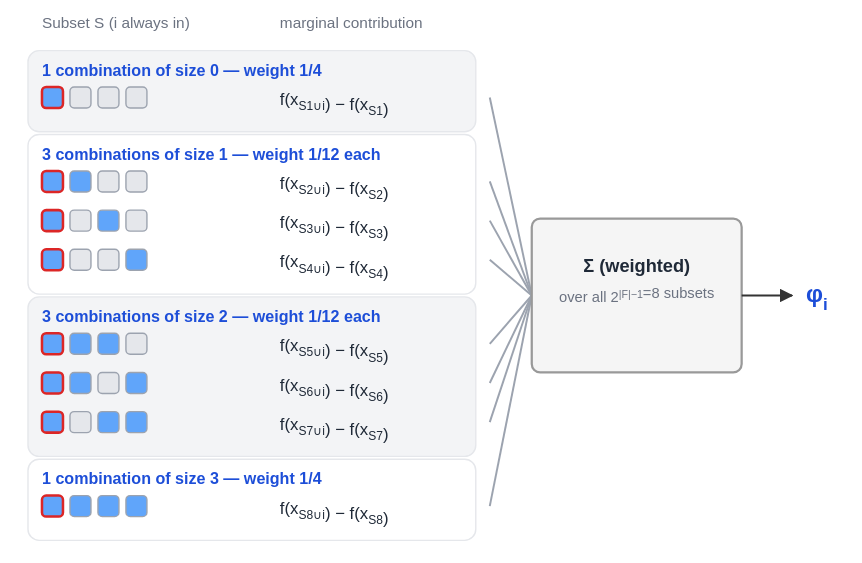
DMLF1/blog keeps this draw.io diagram as posts/explaining-black-box-predictions/diagrams/shapley_sampling.drawio.svg. Above is the earlier version. Source tidied: cells renumbered, new cells last; positions are measured from the earlier drawing's top-left corner, leaving out a move shared by most shapes.
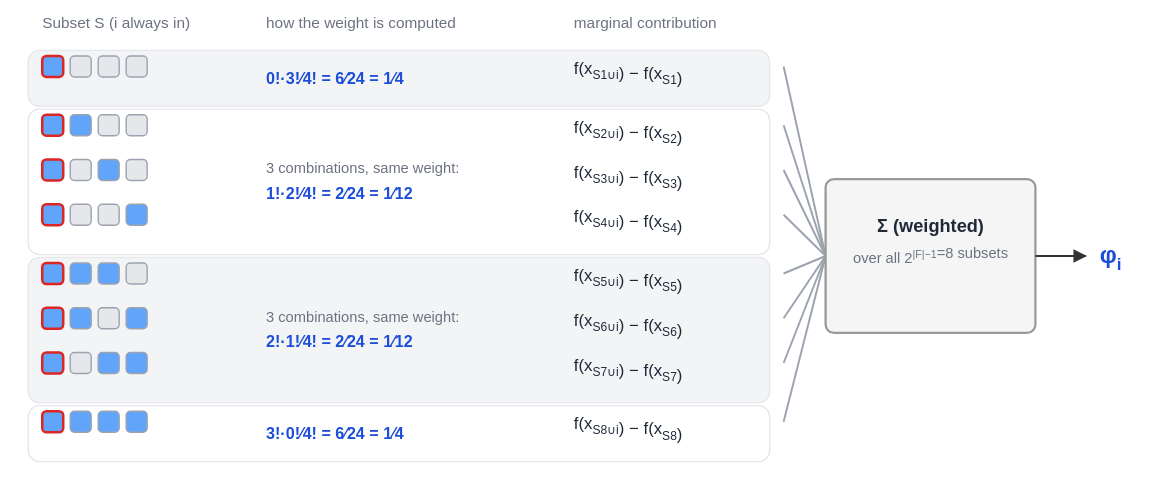
The same file after the commit.

Commit message:
Restore the sampling diagram's weight column, now showing the actual computation

Diff of the diagram source:
```diff
@@ -5,218 +5,227 @@
     <mxCell id="2" value="Subset S (i always in)" style="text;html=1;align=left;verticalAlign=middle;fontSize=11;fontColor=#6B7280;" parent="1" vertex="1">
       <mxGeometry x="10" width="260" height="16" as="geometry" />
     </mxCell>
-    <mxCell id="3" value="marginal contribution" style="text;html=1;align=left;verticalAlign=middle;fontSize=11;fontColor=#6B7280;" parent="1" vertex="1">
-      <mxGeometry x="180" width="260" height="16" as="geometry" />
+    <mxCell id="3" value="how the weight is computed" style="text;html=1;align=left;verticalAlign=middle;fontSize=11;fontColor=#6B7280;" parent="1" vertex="1">
+      <mxGeometry x="170" width="260" height="16" as="geometry" />
     </mxCell>
+    <mxCell id="65" value="marginal contribution" style="text;html=1;align=left;verticalAlign=middle;fontSize=11;fontColor=#6B7280;" parent="1" vertex="1">
+      <mxGeometry x="390" width="260" height="16" as="geometry" />
+    </mxCell>
     <mxCell id="4" style="rounded=1;whiteSpace=wrap;html=1;fillColor=#F3F4F6;strokeColor=#E5E7EB;" parent="1" vertex="1">
-      <mxGeometry y="32" width="320" height="58" as="geometry" />
+      <mxGeometry y="32" width="530" height="40" as="geometry" />
     </mxCell>
-    <mxCell id="5" value="1 combination of size 0 — weight 1/4" style="text;html=1;align=left;verticalAlign=middle;fontSize=11.5;fontColor=#1D4ED8;" parent="1" vertex="1">
-      <mxGeometry x="10" y="34" width="250" height="16" as="geometry" />
-    </mxCell>
+    <mxCell id="66" value="0!·3!⁄4! = 6⁄24 = 1⁄4" style="text;html=1;align=left;verticalAlign=middle;fontSize=11.5;fontColor=#1D4ED8;" parent="1" vertex="1">
+      <mxGeometry x="170" y="40" width="200" height="16" as="geometry" />
+    </mxCell>
     <mxCell id="6" style="rounded=1;whiteSpace=wrap;html=1;fillColor=#60A5FA;strokeColor=#DC2626;" parent="1" vertex="1">
-      <mxGeometry x="10" y="58" width="15" height="15" as="geometry" />
+      <mxGeometry x="10" y="36" width="15" height="15" as="geometry" />
     </mxCell>
     <mxCell id="7" style="rounded=1;whiteSpace=wrap;html=1;fillColor=#E5E7EB;strokeColor=#9CA3AF;" parent="1" vertex="1">
-      <mxGeometry x="30" y="58" width="15" height="15" as="geometry" />
+      <mxGeometry x="30" y="36" width="15" height="15" as="geometry" />
     </mxCell>
     <mxCell id="8" style="rounded=1;whiteSpace=wrap;html=1;fillColor=#E5E7EB;strokeColor=#9CA3AF;" parent="1" vertex="1">
-      <mxGeometry x="50" y="58" width="15" height="15" as="geometry" />
+      <mxGeometry x="50" y="36" width="15" height="15" as="geometry" />
     </mxCell>
     <mxCell id="9" style="rounded=1;whiteSpace=wrap;html=1;fillColor=#E5E7EB;strokeColor=#9CA3AF;" parent="1" vertex="1">
-      <mxGeometry x="70" y="58" width="15" height="15" as="geometry" />
+      <mxGeometry x="70" y="36" width="15" height="15" as="geometry" />
     </mxCell>
     <mxCell id="10" value="f(xS1∪i) − f(xS1)" style="text;html=1;align=left;verticalAlign=middle;fontSize=12;fontColor=#1F2937;" parent="1" vertex="1">
-      <mxGeometry x="180" y="55" width="320" height="16" as="geometry" />
+      <mxGeometry x="390" y="33" width="320" height="16" as="geometry" />
     </mxCell>
     <mxCell id="11" style="edgeStyle=none;html=1;strokeColor=#9CA3AF;strokeWidth=1.4;endArrow=none;" parent="1" edge="1">
       <mxGeometry relative="1" as="geometry">
-        <mxPoint x="330" y="65.5" as="sourcePoint" />
-        <mxPoint x="360" y="207" as="targetPoint" />
+        <mxPoint x="540" y="43.5" as="sourcePoint" />
+        <mxPoint x="570" y="179" as="targetPoint" />
       </mxGeometry>
     </mxCell>
     <mxCell id="12" style="rounded=1;whiteSpace=wrap;html=1;fillColor=#FFFFFF;strokeColor=#E5E7EB;" parent="1" vertex="1">
-      <mxGeometry y="92" width="320" height="114" as="geometry" />
+      <mxGeometry y="74" width="530" height="104" as="geometry" />
     </mxCell>
-    <mxCell id="13" value="3 combinations of size 1 — weight 1/12 each" style="text;html=1;align=left;verticalAlign=middle;fontSize=11.5;fontColor=#1D4ED8;" parent="1" vertex="1">
-      <mxGeometry x="10" y="94" width="250" height="16" as="geometry" />
-    </mxCell>
+    <mxCell id="67" value="3 combinations, same weight:" style="text;html=1;align=left;verticalAlign=middle;fontSize=10.5;fontColor=#6B7280;" parent="1" vertex="1">
+      <mxGeometry x="170" y="104" width="200" height="16" as="geometry" />
+    </mxCell>
+    <mxCell id="68" value="1!·2!⁄4! = 2⁄24 = 1⁄12" style="text;html=1;align=left;verticalAlign=middle;fontSize=11.5;fontColor=#1D4ED8;" parent="1" vertex="1">
+      <mxGeometry x="170" y="122" width="200" height="16" as="geometry" />
+    </mxCell>
     <mxCell id="14" style="rounded=1;whiteSpace=wrap;html=1;fillColor=#60A5FA;strokeColor=#DC2626;" parent="1" vertex="1">
-      <mxGeometry x="10" y="118" width="15" height="15" as="geometry" />
+      <mxGeometry x="10" y="78" width="15" height="15" as="geometry" />
     </mxCell>
     <mxCell id="15" style="rounded=1;whiteSpace=wrap;html=1;fillColor=#60A5FA;strokeColor=#9CA3AF;" parent="1" vertex="1">
-      <mxGeometry x="30" y="118" width="15" height="15" as="geometry" />
+      <mxGeometry x="30" y="78" width="15" height="15" as="geometry" />
     </mxCell>
     <mxCell id="16" style="rounded=1;whiteSpace=wrap;html=1;fillColor=#E5E7EB;strokeColor=#9CA3AF;" parent="1" vertex="1">
-      <mxGeometry x="50" y="118" width="15" height="15" as="geometry" />
+      <mxGeometry x="50" y="78" width="15" height="15" as="geometry" />
     </mxCell>
     <mxCell id="17" style="rounded=1;whiteSpace=wrap;html=1;fillColor=#E5E7EB;strokeColor=#9CA3AF;" parent="1" vertex="1">
-      <mxGeometry x="70" y="118" width="15" height="15" as="geometry" />
+      <mxGeometry x="70" y="78" width="15" height="15" as="geometry" />
     </mxCell>
     <mxCell id="18" value="f(xS2∪i) − f(xS2)" style="text;html=1;align=left;verticalAlign=middle;fontSize=12;fontColor=#1F2937;" parent="1" vertex="1">
-      <mxGeometry x="180" y="115" width="320" height="16" as="geometry" />
+      <mxGeometry x="390" y="75" width="320" height="16" as="geometry" />
     </mxCell>
     <mxCell id="19" style="edgeStyle=none;html=1;strokeColor=#9CA3AF;strokeWidth=1.4;endArrow=none;" parent="1" edge="1">
       <mxGeometry relative="1" as="geometry">
-        <mxPoint x="330" y="125.5" as="sourcePoint" />
-        <mxPoint x="360" y="207" as="targetPoint" />
+        <mxPoint x="540" y="85.5" as="sourcePoint" />
+        <mxPoint x="570" y="179" as="targetPoint" />
       </mxGeometry>
     </mxCell>
     <mxCell id="20" style="rounded=1;whiteSpace=wrap;html=1;fillColor=#60A5FA;strokeColor=#DC2626;" parent="1" vertex="1">
-      <mxGeometry x="10" y="146" width="15" height="15" as="geometry" />
+      <mxGeometry x="10" y="110" width="15" height="15" as="geometry" />
     </mxCell>
     <mxCell id="21" style="rounded=1;whiteSpace=wrap;html=1;fillColor=#E5E7EB;strokeColor=#9CA3AF;" parent="1" vertex="1">
-      <mxGeometry x="30" y="146" width="15" height="15" as="geometry" />
+      <mxGeometry x="30" y="110" width="15" height="15" as="geometry" />
     </mxCell>
     <mxCell id="22" style="rounded=1;whiteSpace=wrap;html=1;fillColor=#60A5FA;strokeColor=#9CA3AF;" parent="1" vertex="1">
-      <mxGeometry x="50" y="146" width="15" height="15" as="geometry" />
+      <mxGeometry x="50" y="110" width="15" height="15" as="geometry" />
     </mxCell>
     <mxCell id="23" style="rounded=1;whiteSpace=wrap;html=1;fillColor=#E5E7EB;strokeColor=#9CA3AF;" parent="1" vertex="1">
-      <mxGeometry x="70" y="146" width="15" height="15" as="geometry" />
+      <mxGeometry x="70" y="110" width="15" height="15" as="geometry" />
     </mxCell>
     <mxCell id="24" value="f(xS3∪i) − f(xS3)" style="text;html=1;align=left;verticalAlign=middle;fontSize=12;fontColor=#1F2937;" parent="1" vertex="1">
-      <mxGeometry x="180" y="143" width="320" height="16" as="geometry" />
+      <mxGeometry x="390" y="107" width="320" height="16" as="geometry" />
     </mxCell>
     <mxCell id="25" style="edgeStyle=none;html=1;strokeColor=#9CA3AF;strokeWidth=1.4;endArrow=none;" parent="1" edge="1">
       <mxGeometry relative="1" as="geometry">
-        <mxPoint x="330" y="153.5" as="sourcePoint" />
-        <mxPoint x="360" y="207" as="targetPoint" />
+        <mxPoint x="540" y="117.5" as="sourcePoint" />
+        <mxPoint x="570" y="179" as="targetPoint" />
       </mxGeometry>
     </mxCell>
     <mxCell id="26" style="rounded=1;whiteSpace=wrap;html=1;fillColor=#60A5FA;strokeColor=#DC2626;" parent="1" vertex="1">
-      <mxGeometry x="10" y="174" width="15" height="15" as="geometry" />
+      <mxGeometry x="10" y="142" width="15" height="15" as="geometry" />
     </mxCell>
     <mxCell id="27" style="rounded=1;whiteSpace=wrap;html=1;fillColor=#E5E7EB;strokeColor=#9CA3AF;" parent="1" vertex="1">
-      <mxGeometry x="30" y="174" width="15" height="15" as="geometry" />
+      <mxGeometry x="30" y="142" width="15" height="15" as="geometry" />
     </mxCell>
     <mxCell id="28" style="rounded=1;whiteSpace=wrap;html=1;fillColor=#E5E7EB;strokeColor=#9CA3AF;" parent="1" vertex="1">
-      <mxGeometry x="50" y="174" width="15" height="15" as="geometry" />
+      <mxGeometry x="50" y="142" width="15" height="15" as="geometry" />
     </mxCell>
     <mxCell id="29" style="rounded=1;whiteSpace=wrap;html=1;fillColor=#60A5FA;strokeColor=#9CA3AF;" parent="1" vertex="1">
-      <mxGeometry x="70" y="174" width="15" height="15" as="geometry" />
+      <mxGeometry x="70" y="142" width="15" height="15" as="geometry" />
     </mxCell>
     <mxCell id="30" value="f(xS4∪i) − f(xS4)" style="text;html=1;align=left;verticalAlign=middle;fontSize=12;fontColor=#1F2937;" parent="1" vertex="1">
-      <mxGeometry x="180" y="171" width="320" height="16" as="geometry" />
+      <mxGeometry x="390" y="139" width="320" height="16" as="geometry" />
     </mxCell>
     <mxCell id="31" style="edgeStyle=none;html=1;strokeColor=#9CA3AF;strokeWidth=1.4;endArrow=none;" parent="1" edge="1">
       <mxGeometry relative="1" as="geometry">
-        <mxPoint x="330" y="181.5" as="sourcePoint" />
-        <mxPoint x="360" y="207" as="targetPoint" />
+        <mxPoint x="540" y="149.5" as="sourcePoint" />
+        <mxPoint x="570" y="179" as="targetPoint" />
       </mxGeometry>
     </mxCell>
     <mxCell id="32" style="rounded=1;whiteSpace=wrap;html=1;fillColor=#F3F4F6;strokeColor=#E5E7EB;" parent="1" vertex="1">
-      <mxGeometry y="208" width="320" height="114" as="geometry" />
+      <mxGeometry y="180" width="530" height="104" as="geometry" />
     </mxCell>
-    <mxCell id="33" value="3 combinations of size 2 — weight 1/12 each" style="text;html=1;align=left;verticalAlign=middle;fontSize=11.5;fontColor=#1D4ED8;" parent="1" vertex="1">
-      <mxGeometry x="10" y="210" width="250" height="16" as="geometry" />
-    </mxCell>
+    <mxCell id="69" value="3 combinations, same weight:" style="text;html=1;align=left;verticalAlign=middle;fontSize=10.5;fontColor=#6B7280;" parent="1" vertex="1">
+      <mxGeometry x="170" y="210" width="200" height="16" as="geometry" />
+    </mxCell>
+    <mxCell id="70" value="2!·1!⁄4! = 2⁄24 = 1⁄12" style="text;html=1;align=left;verticalAlign=middle;fontSize=11.5;fontColor=#1D4ED8;" parent="1" vertex="1">
+      <mxGeometry x="170" y="228" width="200" height="16" as="geometry" />
+    </mxCell>
     <mxCell id="34" style="rounded=1;whiteSpace=wrap;html=1;fillColor=#60A5FA;strokeColor=#DC2626;" parent="1" vertex="1">
-      <mxGeometry x="10" y="234" width="15" height="15" as="geometry" />
+      <mxGeometry x="10" y="184" width="15" height="15" as="geometry" />
     </mxCell>
     <mxCell id="35" style="rounded=1;whiteSpace=wrap;html=1;fillColor=#60A5FA;strokeColor=#9CA3AF;" parent="1" vertex="1">
-      <mxGeometry x="30" y="234" width="15" height="15" as="geometry" />
+      <mxGeometry x="30" y="184" width="15" height="15" as="geometry" />
     </mxCell>
     <mxCell id="36" style="rounded=1;whiteSpace=wrap;html=1;fillColor=#60A5FA;strokeColor=#9CA3AF;" parent="1" vertex="1">
-      <mxGeometry x="50" y="234" width="15" height="15" as="geometry" />
+      <mxGeometry x="50" y="184" width="15" height="15" as="geometry" />
     </mxCell>
     <mxCell id="37" style="rounded=1;whiteSpace=wrap;html=1;fillColor=#E5E7EB;strokeColor=#9CA3AF;" parent="1" vertex="1">
-      <mxGeometry x="70" y="234" width="15" height="15" as="geometry" />
+      <mxGeometry x="70" y="184" width="15" height="15" as="geometry" />
     </mxCell>
     <mxCell id="38" value="f(xS5∪i) − f(xS5)" style="text;html=1;align=left;verticalAlign=middle;fontSize=12;fontColor=#1F2937;" parent="1" vertex="1">
-      <mxGeometry x="180" y="231" width="320" height="16" as="geometry" />
+      <mxGeometry x="390" y="181" width="320" height="16" as="geometry" />
     </mxCell>
     <mxCell id="39" style="edgeStyle=none;html=1;strokeColor=#9CA3AF;strokeWidth=1.4;endArrow=none;" parent="1" edge="1">
       <mxGeometry relative="1" as="geometry">
-        <mxPoint x="330" y="241.5" as="sourcePoint" />
-        <mxPoint x="360" y="207" as="targetPoint" />
+        <mxPoint x="540" y="191.5" as="sourcePoint" />
+        <mxPoint x="570" y="179" as="targetPoint" />
       </mxGeometry>
     </mxCell>
     <mxCell id="40" style="rounded=1;whiteSpace=wrap;html=1;fillColor=#60A5FA;strokeColor=#DC2626;" parent="1" vertex="1">
-      <mxGeometry x="10" y="262" width="15" height="15" as="geometry" />
+      <mxGeometry x="10" y="216" width="15" height="15" as="geometry" />
     </mxCell>
     <mxCell id="41" style="rounded=1;whiteSpace=wrap;html=1;fillColor=#60A5FA;strokeColor=#9CA3AF;" parent="1" vertex="1">
-      <mxGeometry x="30" y="262" width="15" height="15" as="geometry" />
+      <mxGeometry x="30" y="216" width="15" height="15" as="geometry" />
     </mxCell>
     <mxCell id="42" style="rounded=1;whiteSpace=wrap;html=1;fillColor=#E5E7EB;strokeColor=#9CA3AF;" parent="1" vertex="1">
-      <mxGeometry x="50" y="262" width="15" height="15" as="geometry" />
+      <mxGeometry x="50" y="216" width="15" height="15" as="geometry" />
     </mxCell>
     <mxCell id="43" style="rounded=1;whiteSpace=wrap;html=1;fillColor=#60A5FA;strokeColor=#9CA3AF;" parent="1" vertex="1">
-      <mxGeometry x="70" y="262" width="15" height="15" as="geometry" />
+      <mxGeometry x="70" y="216" width="15" height="15" as="geometry" />
     </mxCell>
     <mxCell id="44" value="f(xS6∪i) − f(xS6)" style="text;html=1;align=left;verticalAlign=middle;fontSize=12;fontColor=#1F2937;" parent="1" vertex="1">
-      <mxGeometry x="180" y="259" width="320" height="16" as="geometry" />
+      <mxGeometry x="390" y="213" width="320" height="16" as="geometry" />
     </mxCell>
     <mxCell id="45" style="edgeStyle=none;html=1;strokeColor=#9CA3AF;strokeWidth=1.4;endArrow=none;" parent="1" edge="1">
       <mxGeometry relative="1" as="geometry">
-        <mxPoint x="330" y="269.5" as="sourcePoint" />
-        <mxPoint x="360" y="207" as="targetPoint" />
+        <mxPoint x="540" y="223.5" as="sourcePoint" />
+        <mxPoint x="570" y="179" as="targetPoint" />
       </mxGeometry>
     </mxCell>
     <mxCell id="46" style="rounded=1;whiteSpace=wrap;html=1;fillColor=#60A5FA;strokeColor=#DC2626;" parent="1" vertex="1">
-      <mxGeometry x="10" y="290" width="15" height="15" as="geometry" />
+      <mxGeometry x="10" y="248" width="15" height="15" as="geometry" />
     </mxCell>
     <mxCell id="47" style="rounded=1;whiteSpace=wrap;html=1;fillColor=#E5E7EB;strokeColor=#9CA3AF;" parent="1" vertex="1">
-      <mxGeometry x="30" y="290" width="15" height="15" as="geometry" />
+      <mxGeometry x="30" y="248" width="15" height="15" as="geometry" />
     </mxCell>
     <mxCell id="48" style="rounded=1;whiteSpace=wrap;html=1;fillColor=#60A5FA;strokeColor=#9CA3AF;" parent="1" vertex="1">
-      <mxGeometry x="50" y="290" width="15" height="15" as="geometry" />
+      <mxGeometry x="50" y="248" width="15" height="15" as="geometry" />
     </mxCell>
     <mxCell id="49" style="rounded=1;whiteSpace=wrap;html=1;fillColor=#60A5FA;strokeColor=#9CA3AF;" parent="1" vertex="1">
-      <mxGeometry x="70" y="290" width="15" height="15" as="geometry" />
+      <mxGeometry x="70" y="248" width="15" height="15" as="geometry" />
     </mxCell>
     <mxCell id="50" value="f(xS7∪i) − f(xS7)" style="text;html=1;align=left;verticalAlign=middle;fontSize=12;fontColor=#1F2937;" parent="1" vertex="1">
-      <mxGeometry x="180" y="287" width="320" height="16" as="geometry" />
+      <mxGeometry x="390" y="245" width="320" height="16" as="geometry" />
     </mxCell>
     <mxCell id="51" style="edgeStyle=none;html=1;strokeColor=#9CA3AF;strokeWidth=1.4;endArrow=none;" parent="1" edge="1">
       <mxGeometry relative="1" as="geometry">
-        <mxPoint x="330" y="297.5" as="sourcePoint" />
-        <mxPoint x="360" y="207" as="targetPoint" />
+        <mxPoint x="540" y="255.5" as="sourcePoint" />
+        <mxPoint x="570" y="179" as="targetPoint" />
       </mxGeometry>
     </mxCell>
     <mxCell id="52" style="rounded=1;whiteSpace=wrap;html=1;fillColor=#FFFFFF;strokeColor=#E5E7EB;" parent="1" vertex="1">
-      <mxGeometry y="324" width="320" height="58" as="geometry" />
+      <mxGeometry y="286" width="530" height="40" as="geometry" />
     </mxCell>
-    <mxCell id="53" value="1 combination of size 3 — weight 1/4" style="text;html=1;align=left;verticalAlign=middle;fontSize=11.5;fontColor=#1D4ED8;" parent="1" vertex="1">
-      <mxGeometry x="10" y="326" width="250" height="16" as="geometry" />
-    </mxCell>
+    <mxCell id="71" value="3!·0!⁄4! = 6⁄24 = 1⁄4" style="text;html=1;align=left;verticalAlign=middle;fontSize=11.5;fontColor=#1D4ED8;" parent="1" vertex="1">
+      <mxGeometry x="170" y="294" width="200" height="16" as="geometry" />
+    </mxCell>
     <mxCell id="54" style="rounded=1;whiteSpace=wrap;html=1;fillColor=#60A5FA;strokeColor=#DC2626;" parent="1" vertex="1">
-      <mxGeometry x="10" y="350" width="15" height="15" as="geometry" />
+      <mxGeometry x="10" y="290" width="15" height="15" as="geometry" />
     </mxCell>
     <mxCell id="55" style="rounded=1;whiteSpace=wrap;html=1;fillColor=#60A5FA;strokeColor=#9CA3AF;" parent="1" vertex="1">
-      <mxGeometry x="30" y="350" width="15" height="15" as="geometry" />
+      <mxGeometry x="30" y="290" width="15" height="15" as="geometry" />
     </mxCell>
     <mxCell id="56" style="rounded=1;whiteSpace=wrap;html=1;fillColor=#60A5FA;strokeColor=#9CA3AF;" parent="1" vertex="1">
-      <mxGeometry x="50" y="350" width="15" height="15" as="geometry" />
+      <mxGeometry x="50" y="290" width="15" height="15" as="geometry" />
     </mxCell>
     <mxCell id="57" style="rounded=1;whiteSpace=wrap;html=1;fillColor=#60A5FA;strokeColor=#9CA3AF;" parent="1" vertex="1">
-      <mxGeometry x="70" y="350" width="15" height="15" as="geometry" />
+      <mxGeometry x="70" y="290" width="15" height="15" as="geometry" />
     </mxCell>
     <mxCell id="58" value="f(xS8∪i) − f(xS8)" style="text;html=1;align=left;verticalAlign=middle;fontSize=12;fontColor=#1F2937;" parent="1" vertex="1">
-      <mxGeometry x="180" y="347" width="320" height="16" as="geometry" />
+      <mxGeometry x="390" y="287" width="320" height="16" as="geometry" />
     </mxCell>
     <mxCell id="59" style="edgeStyle=none;html=1;strokeColor=#9CA3AF;strokeWidth=1.4;endArrow=none;" parent="1" edge="1">
       <mxGeometry relative="1" as="geometry">
-        <mxPoint x="330" y="357.5" as="sourcePoint" />
-        <mxPoint x="360" y="207" as="targetPoint" />
+        <mxPoint x="540" y="297.5" as="sourcePoint" />
+        <mxPoint x="570" y="179" as="targetPoint" />
       </mxGeometry>
     </mxCell>
     <mxCell id="60" style="rounded=1;whiteSpace=wrap;html=1;fillColor=#F5F5F5;strokeColor=#999999;" parent="1" vertex="1">
-      <mxGeometry x="360" y="152" width="150" height="110" as="geometry" />
+      <mxGeometry x="570" y="124" width="150" height="110" as="geometry" />
     </mxCell>
     <mxCell id="61" value="Σ (weighted)" style="text;html=1;align=middle;verticalAlign=middle;fontSize=13;fontColor=#1F2937;" parent="1" vertex="1">
-      <mxGeometry x="305" y="174" width="260" height="16" as="geometry" />
+      <mxGeometry x="515" y="146" width="260" height="16" as="geometry" />
     </mxCell>
     <mxCell id="62" value="over all 2|F|−1=8 subsets" style="text;html=1;align=middle;verticalAlign=middle;fontSize=10.5;fontColor=#6B7280;" parent="1" vertex="1">
-      <mxGeometry x="365" y="196" width="140" height="16" as="geometry" />
+      <mxGeometry x="575" y="168" width="140" height="16" as="geometry" />
     </mxCell>
     <mxCell id="63" style="edgeStyle=none;html=1;strokeColor=#333333;strokeWidth=1.4;endArrow=block;endSize=6;" parent="1" edge="1">
       <mxGeometry relative="1" as="geometry">
-        <mxPoint x="510" y="207" as="sourcePoint" />
-        <mxPoint x="546" y="207" as="targetPoint" />
+        <mxPoint x="720" y="179" as="sourcePoint" />
+        <mxPoint x="756" y="179" as="targetPoint" />
       </mxGeometry>
     </mxCell>
     <mxCell id="64" value="φi" style="text;html=1;align=left;verticalAlign=middle;fontSize=17;fontColor=#1D4ED8;" parent="1" vertex="1">
-      <mxGeometry x="556" y="196" width="36" height="16" as="geometry" />
+      <mxGeometry x="766" y="168" width="36" height="16" as="geometry" />
     </mxCell>
   </root>
 </mxGraphModel>
```
